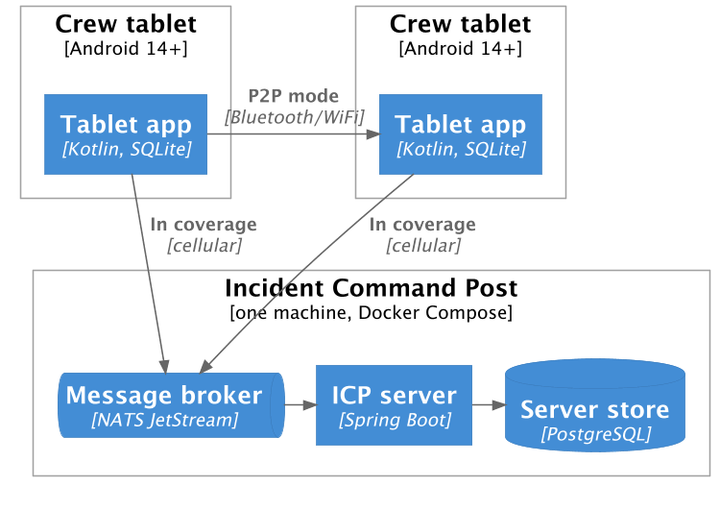
The PlantUML diagram report/figures/c4-deployment.png in MihaiCiorascu/SWA-Firefly, before a commit. The source it was exported from:
```plantuml
@startuml c4-deployment
!pragma layout smetana
!include <C4/C4_Deployment>
skinparam dpi 150

LAYOUT_TOP_DOWN()
HIDE_STEREOTYPE()

Deployment_Node(tabletA, "Crew tablet", "Android 14+") {
    Container(appA, "Tablet app", "Kotlin, SQLite")
}
Deployment_Node(tabletB, "Crew tablet", "Android 14+") {
    Container(appB, "Tablet app", "Kotlin, SQLite")
}

Deployment_Node(icp, "Incident Command Post", "one machine, Docker Compose") {
    ContainerQueue(nats, "Message broker", "NATS JetStream")
    Container(server, "ICP server", "Spring Boot")
    ContainerDb(pg, "Server store", "PostgreSQL")
}

Rel_R(appA, appB, "P2P mode", "Bluetooth/WiFi")
Rel(appA, nats, "In coverage", "cellular")
Rel(appB, nats, "In coverage", "cellular")
Rel_R(nats, server, "")
Rel_R(server, pg, "")

@enduml
```
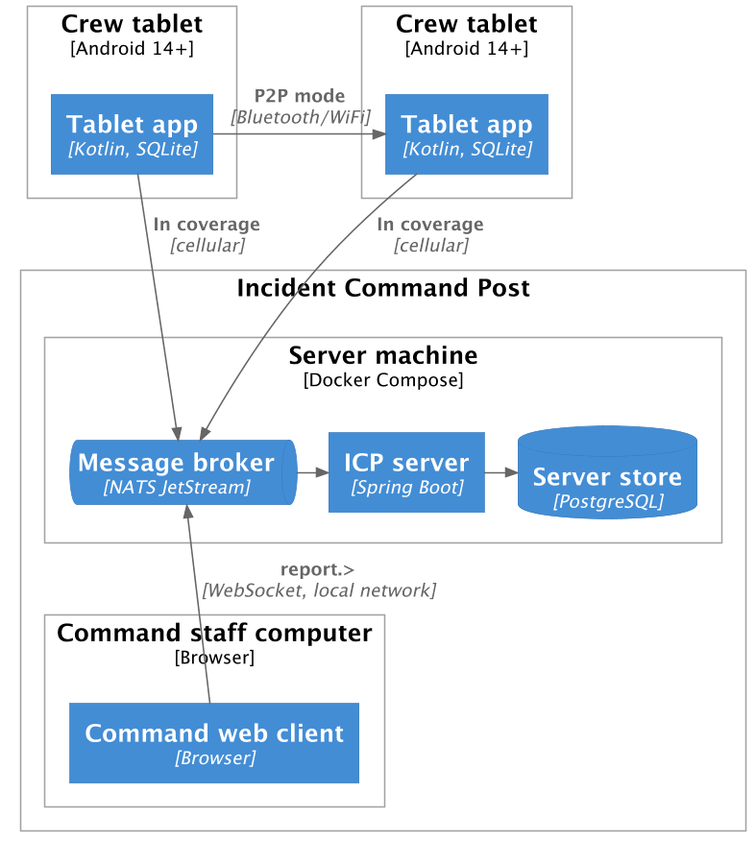
The same diagram one commit later.

Commit message:
report: add the command staff web client to the architecture

Diff of the diagram source:
```diff
@@ -13,10 +13,15 @@
     Container(appB, "Tablet app", "Kotlin, SQLite")
 }
 
-Deployment_Node(icp, "Incident Command Post", "one machine, Docker Compose") {
-    ContainerQueue(nats, "Message broker", "NATS JetStream")
-    Container(server, "ICP server", "Spring Boot")
-    ContainerDb(pg, "Server store", "PostgreSQL")
+Deployment_Node(icp, "Incident Command Post") {
+    Deployment_Node(machine, "Server machine", "Docker Compose") {
+        ContainerQueue(nats, "Message broker", "NATS JetStream")
+        Container(server, "ICP server", "Spring Boot")
+        ContainerDb(pg, "Server store", "PostgreSQL")
+    }
+    Deployment_Node(desk, "Command staff computer", "Browser") {
+        Container(web, "Command web client", "Browser")
+    }
 }
 
 Rel_R(appA, appB, "P2P mode", "Bluetooth/WiFi")
@@ -24,5 +29,6 @@
 Rel(appB, nats, "In coverage", "cellular")
 Rel_R(nats, server, "")
 Rel_R(server, pg, "")
+Rel_U(web, nats, "report.>", "WebSocket, local network")
 
 @enduml
```
